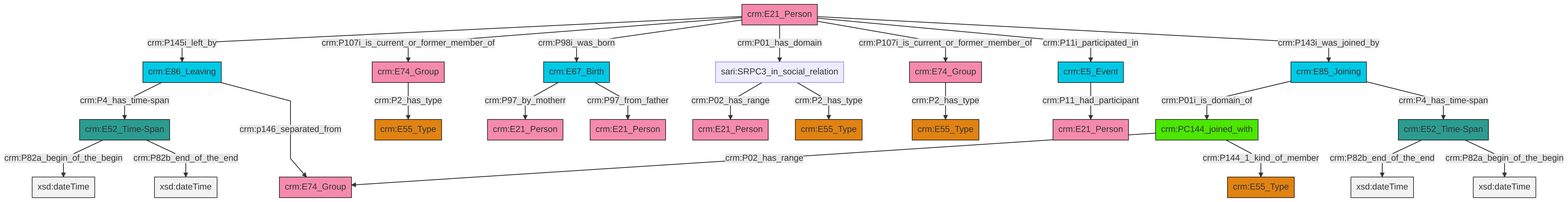
Earlier version of the Mermaid export et/personCSV/ttl/mmd/png/Person_Actor_Relations.png (ncarboni/srdm). Its source is kept beside it as et/personCSV/ttl/mmd/Person_Actor_Relations.ttl.mmd. The source it was exported from:
```mermaid
graph TD
classDef Literal fill:#f2f2f2,stroke:#000000;
classDef CRM_Entity fill:#FFFFFF,stroke:#000000;
classDef Temporal_Entity fill:#00C9E6, stroke:#000000;
classDef Type fill:#E18312, stroke:#000000;
classDef Time-Span fill:#2C9C91, stroke:#000000;
classDef Appellation fill:#FFEB7F, stroke:#000000;
classDef Place fill:#008836, stroke:#000000;
classDef Persistent_Item fill:#B266B2, stroke:#000000;
classDef Conceptual_Object fill:#FFD700, stroke:#000000;
classDef Physical_Thing fill:#D2B48C, stroke:#000000;
classDef Actor fill:#f58aad, stroke:#000000;
classDef PC_Classes fill:#4ce600, stroke:#000000;
classDef Multi fill:#cccccc,stroke:#000000;

2["crm:E21_Person"]:::Actor -->|crm:P145i_left_by| 3["crm:E86_Leaving"]:::Temporal_Entity
3["crm:E86_Leaving"]:::Temporal_Entity -->|crm:P4_has_time-span| 0["crm:E52_Time-Span"]:::Time-Span
2["crm:E21_Person"]:::Actor -->|crm:P107i_is_current_or_former_member_of| 4["crm:E74_Group"]:::Actor
8["crm:E5_Event"]:::Temporal_Entity -->|crm:P11_had_participant| 6["crm:E21_Person"]:::Actor
2["crm:E21_Person"]:::Actor -->|crm:P98i_was_born| 9["crm:E67_Birth"]:::Temporal_Entity
10["crm:E52_Time-Span"]:::Time-Span -->|crm:P82b_end_of_the_end| 11[xsd:dateTime]:::Literal
12["crm:PC144_joined_with"]:::PC_Classes -->|crm:P02_has_range| 13["crm:E74_Group"]:::Actor
9["crm:E67_Birth"]:::Temporal_Entity -->|crm:P97_by_motherr| 14["crm:E21_Person"]:::Actor
18["sari:SRPC3_in_social_relation"]:::Default -->|crm:P02_has_range| 19["crm:E21_Person"]:::Actor
2["crm:E21_Person"]:::Actor -->|crm:P01_has_domain| 18["sari:SRPC3_in_social_relation"]:::Default
18["sari:SRPC3_in_social_relation"]:::Default -->|crm:P2_has_type| 23["crm:E55_Type"]:::Type
2["crm:E21_Person"]:::Actor -->|crm:P107i_is_current_or_former_member_of| 24["crm:E74_Group"]:::Actor
24["crm:E74_Group"]:::Actor -->|crm:P2_has_type| 16["crm:E55_Type"]:::Type
4["crm:E74_Group"]:::Actor -->|crm:P2_has_type| 26["crm:E55_Type"]:::Type
28["crm:E85_Joining"]:::Temporal_Entity -->|crm:P01i_is_domain_of| 12["crm:PC144_joined_with"]:::PC_Classes
2["crm:E21_Person"]:::Actor -->|crm:P11i_participated_in| 8["crm:E5_Event"]:::Temporal_Entity
12["crm:PC144_joined_with"]:::PC_Classes -->|crm:P144_1_kind_of_member| 32["crm:E55_Type"]:::Type
0["crm:E52_Time-Span"]:::Time-Span -->|crm:P82a_begin_of_the_begin| 33[xsd:dateTime]:::Literal
3["crm:E86_Leaving"]:::Temporal_Entity -->|crm:p146_separated_from| 13["crm:E74_Group"]:::Actor
28["crm:E85_Joining"]:::Temporal_Entity -->|crm:P4_has_time-span| 10["crm:E52_Time-Span"]:::Time-Span
10["crm:E52_Time-Span"]:::Time-Span -->|crm:P82a_begin_of_the_begin| 36[xsd:dateTime]:::Literal
2["crm:E21_Person"]:::Actor -->|crm:P143i_was_joined_by| 28["crm:E85_Joining"]:::Temporal_Entity
0["crm:E52_Time-Span"]:::Time-Span -->|crm:P82b_end_of_the_end| 46[xsd:dateTime]:::Literal
9["crm:E67_Birth"]:::Temporal_Entity -->|crm:P97_from_father| 38["crm:E21_Person"]:::Actor
```
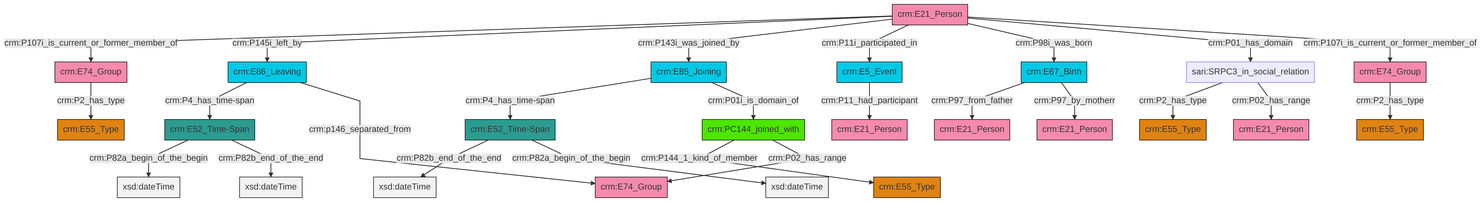
Above is the later version.

What changed in the source:
```diff
@@ -13,27 +13,27 @@
 classDef PC_Classes fill:#4ce600, stroke:#000000;
 classDef Multi fill:#cccccc,stroke:#000000;
 
-2["crm:E21_Person"]:::Actor -->|crm:P145i_left_by| 3["crm:E86_Leaving"]:::Temporal_Entity
-3["crm:E86_Leaving"]:::Temporal_Entity -->|crm:P4_has_time-span| 0["crm:E52_Time-Span"]:::Time-Span
-2["crm:E21_Person"]:::Actor -->|crm:P107i_is_current_or_former_member_of| 4["crm:E74_Group"]:::Actor
-8["crm:E5_Event"]:::Temporal_Entity -->|crm:P11_had_participant| 6["crm:E21_Person"]:::Actor
-2["crm:E21_Person"]:::Actor -->|crm:P98i_was_born| 9["crm:E67_Birth"]:::Temporal_Entity
-10["crm:E52_Time-Span"]:::Time-Span -->|crm:P82b_end_of_the_end| 11[xsd:dateTime]:::Literal
-12["crm:PC144_joined_with"]:::PC_Classes -->|crm:P02_has_range| 13["crm:E74_Group"]:::Actor
-9["crm:E67_Birth"]:::Temporal_Entity -->|crm:P97_by_motherr| 14["crm:E21_Person"]:::Actor
-18["sari:SRPC3_in_social_relation"]:::Default -->|crm:P02_has_range| 19["crm:E21_Person"]:::Actor
-2["crm:E21_Person"]:::Actor -->|crm:P01_has_domain| 18["sari:SRPC3_in_social_relation"]:::Default
-18["sari:SRPC3_in_social_relation"]:::Default -->|crm:P2_has_type| 23["crm:E55_Type"]:::Type
-2["crm:E21_Person"]:::Actor -->|crm:P107i_is_current_or_former_member_of| 24["crm:E74_Group"]:::Actor
-24["crm:E74_Group"]:::Actor -->|crm:P2_has_type| 16["crm:E55_Type"]:::Type
-4["crm:E74_Group"]:::Actor -->|crm:P2_has_type| 26["crm:E55_Type"]:::Type
-28["crm:E85_Joining"]:::Temporal_Entity -->|crm:P01i_is_domain_of| 12["crm:PC144_joined_with"]:::PC_Classes
-2["crm:E21_Person"]:::Actor -->|crm:P11i_participated_in| 8["crm:E5_Event"]:::Temporal_Entity
-12["crm:PC144_joined_with"]:::PC_Classes -->|crm:P144_1_kind_of_member| 32["crm:E55_Type"]:::Type
-0["crm:E52_Time-Span"]:::Time-Span -->|crm:P82a_begin_of_the_begin| 33[xsd:dateTime]:::Literal
-3["crm:E86_Leaving"]:::Temporal_Entity -->|crm:p146_separated_from| 13["crm:E74_Group"]:::Actor
-28["crm:E85_Joining"]:::Temporal_Entity -->|crm:P4_has_time-span| 10["crm:E52_Time-Span"]:::Time-Span
-10["crm:E52_Time-Span"]:::Time-Span -->|crm:P82a_begin_of_the_begin| 36[xsd:dateTime]:::Literal
-2["crm:E21_Person"]:::Actor -->|crm:P143i_was_joined_by| 28["crm:E85_Joining"]:::Temporal_Entity
-0["crm:E52_Time-Span"]:::Time-Span -->|crm:P82b_end_of_the_end| 46[xsd:dateTime]:::Literal
-9["crm:E67_Birth"]:::Temporal_Entity -->|crm:P97_from_father| 38["crm:E21_Person"]:::Actor
+4["sari:SRPC3_in_social_relation"]:::Default -->|crm:P2_has_type| 5["crm:E55_Type"]:::Type
+8["crm:PC144_joined_with"]:::PC_Classes -->|crm:P144_1_kind_of_member| 6["crm:E55_Type"]:::Type
+0["crm:E85_Joining"]:::Temporal_Entity -->|crm:P4_has_time-span| 9["crm:E52_Time-Span"]:::Time-Span
+12["crm:E74_Group"]:::Actor -->|crm:P2_has_type| 10["crm:E55_Type"]:::Type
+13["crm:E52_Time-Span"]:::Time-Span -->|crm:P82a_begin_of_the_begin| 14[xsd:dateTime]:::Literal
+15["crm:E86_Leaving"]:::Temporal_Entity -->|crm:P4_has_time-span| 13["crm:E52_Time-Span"]:::Time-Span
+22["crm:E67_Birth"]:::Temporal_Entity -->|crm:P97_from_father| 23["crm:E21_Person"]:::Actor
+2["crm:E21_Person"]:::Actor -->|crm:P107i_is_current_or_former_member_of| 12["crm:E74_Group"]:::Actor
+19["crm:E74_Group"]:::Actor -->|crm:P2_has_type| 30["crm:E55_Type"]:::Type
+8["crm:PC144_joined_with"]:::PC_Classes -->|crm:P02_has_range| 33["crm:E74_Group"]:::Actor
+36["crm:E5_Event"]:::Temporal_Entity -->|crm:P11_had_participant| 34["crm:E21_Person"]:::Actor
+2["crm:E21_Person"]:::Actor -->|crm:P145i_left_by| 15["crm:E86_Leaving"]:::Temporal_Entity
+2["crm:E21_Person"]:::Actor -->|crm:P143i_was_joined_by| 0["crm:E85_Joining"]:::Temporal_Entity
+2["crm:E21_Person"]:::Actor -->|crm:P11i_participated_in| 36["crm:E5_Event"]:::Temporal_Entity
+4["sari:SRPC3_in_social_relation"]:::Default -->|crm:P02_has_range| 16["crm:E21_Person"]:::Actor
+9["crm:E52_Time-Span"]:::Time-Span -->|crm:P82b_end_of_the_end| 40[xsd:dateTime]:::Literal
+9["crm:E52_Time-Span"]:::Time-Span -->|crm:P82a_begin_of_the_begin| 42[xsd:dateTime]:::Literal
+2["crm:E21_Person"]:::Actor -->|crm:P98i_was_born| 22["crm:E67_Birth"]:::Temporal_Entity
+2["crm:E21_Person"]:::Actor -->|crm:P01_has_domain| 4["sari:SRPC3_in_social_relation"]:::Default
+0["crm:E85_Joining"]:::Temporal_Entity -->|crm:P01i_is_domain_of| 8["crm:PC144_joined_with"]:::PC_Classes
+15["crm:E86_Leaving"]:::Temporal_Entity -->|crm:p146_separated_from| 33["crm:E74_Group"]:::Actor
+2["crm:E21_Person"]:::Actor -->|crm:P107i_is_current_or_former_member_of| 19["crm:E74_Group"]:::Actor
+13["crm:E52_Time-Span"]:::Time-Span -->|crm:P82b_end_of_the_end| 44[xsd:dateTime]:::Literal
+22["crm:E67_Birth"]:::Temporal_Entity -->|crm:P97_by_motherr| 25["crm:E21_Person"]:::Actor
```
